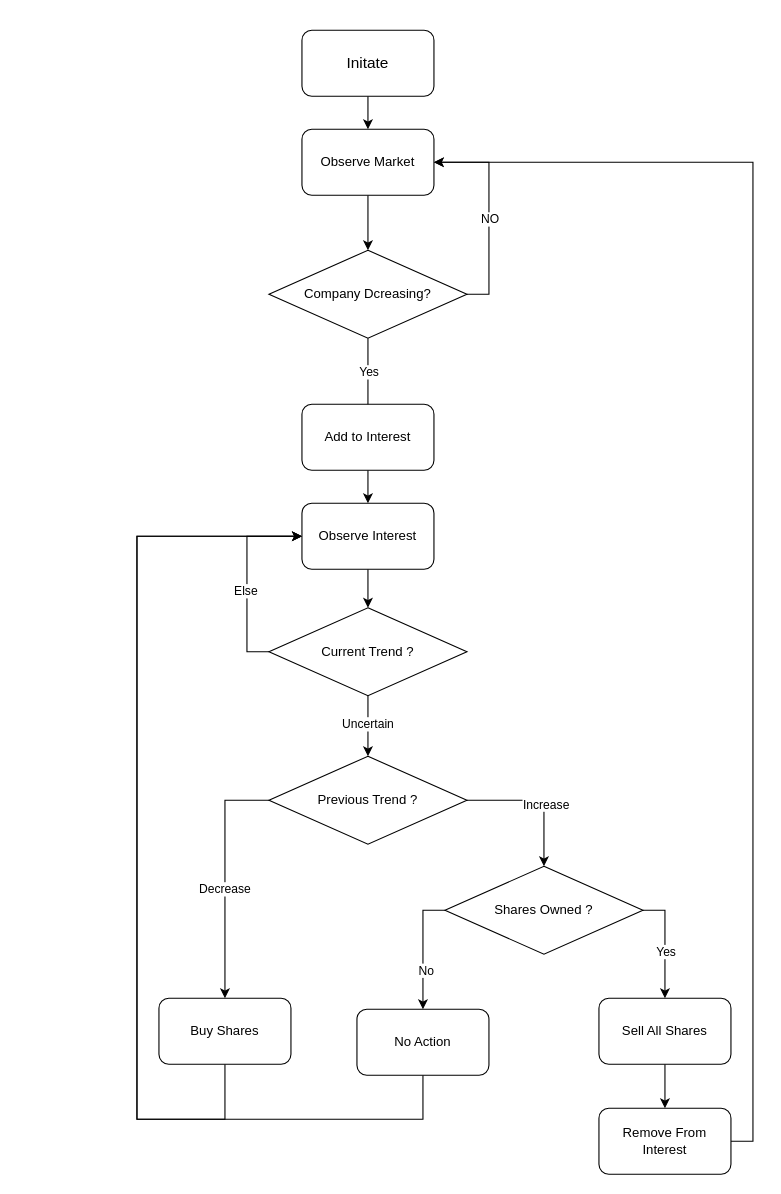
Earlier version of the draw.io diagram stream.drawio (Biiddd/invest-manager). Source tidied: cells renumbered, new cells numbered last; positions are measured from the earlier drawing's top-left corner, leaving out a move shared by most shapes. Both pictures are drawn from the tidied source at 110%, with x=0, y=0 at pixel (136, 30).
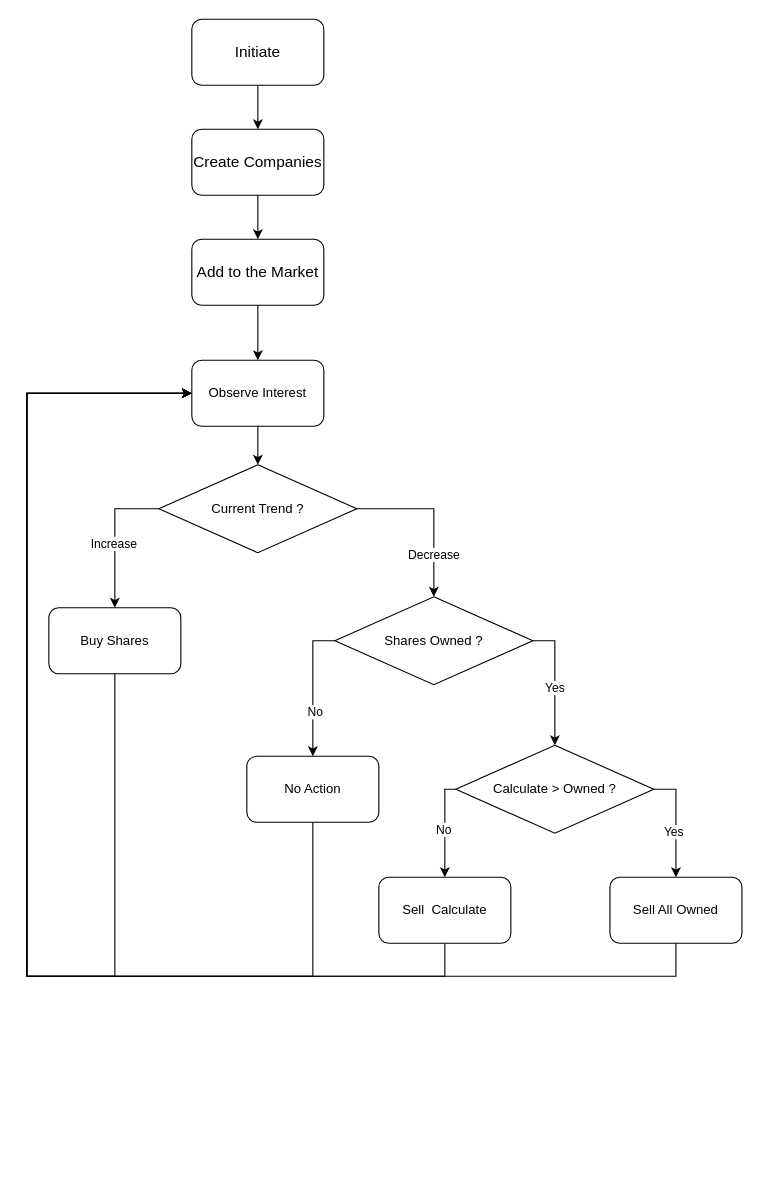
Above is the later version.

Diff of the diagram source:
```diff
@@
-    <mxCell id="2" style="edgeStyle=orthogonalEdgeStyle;rounded=0;jettySize=auto;html=1;fontFamily=JetBrainsMono Nerd Font;" parent="1" edge="1" source="3" target="5">
-      <mxGeometry relative="1" as="geometry" />
-    </mxCell>
+    <mxCell id="38" style="edgeStyle=orthogonalEdgeStyle;rounded=0;jettySize=auto;html=1;fontFamily=JetBrains Mono;fontStyle=0;" parent="1" edge="1" source="3" target="41">
+      <mxGeometry relative="1" as="geometry" />
+    </mxCell>
-    <mxCell id="3" value="&lt;font style=&quot;font-size: 14px;&quot;&gt;Initate&lt;/font&gt;" style="rounded=1;whiteSpace=wrap;html=1;fontFamily=JetBrainsMono Nerd Font;" parent="1" vertex="1">
-      <mxGeometry x="150" width="120" height="60" as="geometry" />
+    <mxCell id="3" value="&lt;font style=&quot;font-size: 14px;&quot;&gt;Initiate&lt;/font&gt;" style="rounded=1;whiteSpace=wrap;html=1;fontFamily=JetBrains Mono;fontStyle=0;" parent="1" vertex="1">
+      <mxGeometry x="49.9" y="-10" width="120" height="60" as="geometry" />
     </mxCell>
-    <mxCell id="4" style="edgeStyle=orthogonalEdgeStyle;rounded=0;jettySize=auto;html=1;fontFamily=JetBrainsMono Nerd Font;" parent="1" edge="1" source="5" target="10">
-      <mxGeometry relative="1" as="geometry" />
-    </mxCell>
-    <mxCell id="5" value="Observe Market" style="whiteSpace=wrap;html=1;rounded=1;fontFamily=JetBrainsMono Nerd Font;" parent="1" vertex="1">
-      <mxGeometry x="150" y="90" width="120" height="60" as="geometry" />
-    </mxCell>
-    <mxCell id="6" style="edgeStyle=orthogonalEdgeStyle;rounded=0;jettySize=auto;html=1;exitX=0.5;exitY=1;exitDx=0;exitDy=0;entryX=0.5;entryY=0;entryDx=0;entryDy=0;fontFamily=JetBrainsMono Nerd Font;" parent="1" edge="1" source="10" target="12">
-      <mxGeometry relative="1" as="geometry">
-        <Array as="points">
-          <mxPoint x="210" y="350" />
-          <mxPoint x="210" y="350" />
-        </Array>
-      </mxGeometry>
-    </mxCell>
-    <mxCell id="7" value="Yes" style="edgeLabel;html=1;align=center;verticalAlign=middle;fontFamily=JetBrainsMono Nerd Font;" parent="6" vertex="1">
-      <mxGeometry x="0.08" y="-2" relative="1" as="geometry">
-        <mxPoint x="2" y="-13" as="offset" />
-      </mxGeometry>
-    </mxCell>
-    <mxCell id="8" style="edgeStyle=orthogonalEdgeStyle;rounded=0;jettySize=auto;html=1;exitX=1;exitY=0.5;exitDx=0;exitDy=0;entryX=1;entryY=0.5;entryDx=0;entryDy=0;fontFamily=JetBrainsMono Nerd Font;" parent="1" edge="1" source="10" target="5">
-      <mxGeometry relative="1" as="geometry" />
-    </mxCell>
-    <mxCell id="9" value="NO" style="edgeLabel;html=1;align=center;verticalAlign=middle;fontFamily=JetBrainsMono Nerd Font;" parent="8" vertex="1">
-      <mxGeometry x="0.12" relative="1" as="geometry">
-        <mxPoint y="17" as="offset" />
-      </mxGeometry>
-    </mxCell>
-    <mxCell id="10" value="Company Dcreasing?" style="rhombus;whiteSpace=wrap;html=1;fontFamily=JetBrainsMono Nerd Font;" parent="1" vertex="1">
-      <mxGeometry x="120" y="200" width="180" height="80" as="geometry" />
-    </mxCell>
-    <mxCell id="11" style="edgeStyle=orthogonalEdgeStyle;rounded=0;jettySize=auto;html=1;entryX=0.5;entryY=0;entryDx=0;entryDy=0;fontFamily=JetBrainsMono Nerd Font;" parent="1" edge="1" source="12" target="21">
-      <mxGeometry relative="1" as="geometry" />
-    </mxCell>
-    <mxCell id="12" value="Add to Interest" style="rounded=1;whiteSpace=wrap;html=1;fontFamily=JetBrainsMono Nerd Font;" parent="1" vertex="1">
-      <mxGeometry x="150" y="340" width="120" height="60" as="geometry" />
-    </mxCell>
-    <mxCell id="13" style="edgeStyle=orthogonalEdgeStyle;rounded=0;jettySize=auto;html=1;entryX=0.5;entryY=0;entryDx=0;entryDy=0;fontFamily=JetBrainsMono Nerd Font;" parent="1" edge="1" source="17" target="26">
-      <mxGeometry relative="1" as="geometry" />
-    </mxCell>
-    <mxCell id="14" value="&lt;font&gt;Uncertain&lt;/font&gt;" style="edgeLabel;html=1;align=center;verticalAlign=middle;fontFamily=JetBrainsMono Nerd Font;" parent="13" vertex="1">
-      <mxGeometry x="-0.08" y="-1" relative="1" as="geometry" />
-    </mxCell>
-    <mxCell id="15" style="edgeStyle=orthogonalEdgeStyle;rounded=0;jettySize=auto;html=1;exitX=0;exitY=0.5;exitDx=0;exitDy=0;entryX=0;entryY=0.5;entryDx=0;entryDy=0;fontFamily=JetBrainsMono Nerd Font;" parent="1" edge="1" source="17" target="21">
-      <mxGeometry relative="1" as="geometry" />
-    </mxCell>
-    <mxCell id="16" value="Else" style="edgeLabel;html=1;align=center;verticalAlign=middle;fontFamily=JetBrainsMono Nerd Font;" parent="15" vertex="1">
-      <mxGeometry x="-0.13" y="2" relative="1" as="geometry" />
-    </mxCell>
-    <mxCell id="17" value="Current Trend ?" style="rhombus;whiteSpace=wrap;html=1;fontFamily=JetBrainsMono Nerd Font;" parent="1" vertex="1">
-      <mxGeometry x="120" y="525" width="180" height="80" as="geometry" />
+    <mxCell id="17" value="Current Trend ?" style="rhombus;whiteSpace=wrap;html=1;fontFamily=JetBrains Mono;fontStyle=0;" parent="1" vertex="1">
+      <mxGeometry x="19.9" y="395" width="180" height="80" as="geometry" />
     </mxCell>
-    <mxCell id="18" style="edgeStyle=orthogonalEdgeStyle;rounded=0;jettySize=auto;html=1;exitX=0.5;exitY=1;exitDx=0;exitDy=0;entryX=0;entryY=0.5;entryDx=0;entryDy=0;" parent="1" edge="1" source="19" target="21">
+    <mxCell id="18" style="edgeStyle=orthogonalEdgeStyle;rounded=0;jettySize=auto;html=1;exitX=0.5;exitY=1;exitDx=0;exitDy=0;entryX=0;entryY=0.5;entryDx=0;entryDy=0;fontFamily=JetBrains Mono;fontStyle=0;" parent="1" edge="1" source="19" target="21">
       <mxGeometry relative="1" as="geometry">
         <Array as="points">
-          <mxPoint x="80" y="990" />
-          <mxPoint y="990" />
-          <mxPoint y="460" />
+          <mxPoint x="-20.1" y="860" />
+          <mxPoint x="-100.1" y="860" />
+          <mxPoint x="-100.1" y="330" />
         </Array>
       </mxGeometry>
     </mxCell>
-    <mxCell id="19" value="&lt;font&gt;Buy Shares&lt;/font&gt;" style="rounded=1;whiteSpace=wrap;html=1;fontFamily=JetBrainsMono Nerd Font;" parent="1" vertex="1">
-      <mxGeometry x="20" y="880" width="120" height="60" as="geometry" />
+    <mxCell id="19" value="&lt;font&gt;Buy Shares&lt;/font&gt;" style="rounded=1;whiteSpace=wrap;html=1;fontFamily=JetBrains Mono;fontStyle=0;" parent="1" vertex="1">
+      <mxGeometry x="-80.1" y="525" width="120" height="60" as="geometry" />
     </mxCell>
-    <mxCell id="20" style="edgeStyle=orthogonalEdgeStyle;rounded=0;jettySize=auto;html=1;entryX=0.5;entryY=0;entryDx=0;entryDy=0;fontFamily=JetBrainsMono Nerd Font;" parent="1" edge="1" source="21" target="17">
+    <mxCell id="20" style="edgeStyle=orthogonalEdgeStyle;rounded=0;jettySize=auto;html=1;entryX=0.5;entryY=0;entryDx=0;entryDy=0;fontFamily=JetBrains Mono;fontStyle=0;" parent="1" edge="1" source="21" target="17">
       <mxGeometry relative="1" as="geometry" />
     </mxCell>
-    <mxCell id="21" value="Observe Interest" style="rounded=1;whiteSpace=wrap;html=1;fontFamily=JetBrainsMono Nerd Font;" parent="1" vertex="1">
-      <mxGeometry x="150" y="430" width="120" height="60" as="geometry" />
+    <mxCell id="21" value="Observe Interest" style="rounded=1;whiteSpace=wrap;html=1;fontFamily=JetBrains Mono;fontStyle=0;" parent="1" vertex="1">
+      <mxGeometry x="49.9" y="300" width="120" height="60" as="geometry" />
     </mxCell>
-    <mxCell id="22" style="edgeStyle=orthogonalEdgeStyle;rounded=0;jettySize=auto;html=1;exitX=0;exitY=0.5;exitDx=0;exitDy=0;entryX=0.5;entryY=0;entryDx=0;entryDy=0;fontFamily=JetBrainsMono Nerd Font;" parent="1" edge="1" source="26" target="19">
+    <mxCell id="22" style="edgeStyle=orthogonalEdgeStyle;rounded=0;jettySize=auto;html=1;exitX=0;exitY=0.5;exitDx=0;exitDy=0;entryX=0.5;entryY=0;entryDx=0;entryDy=0;fontFamily=JetBrains Mono;fontStyle=0;" parent="1" edge="1" source="17" target="19">
       <mxGeometry relative="1" as="geometry" />
     </mxCell>
-    <mxCell id="23" value="&lt;font&gt;Decrease&lt;/font&gt;" style="edgeLabel;html=1;align=center;verticalAlign=middle;fontFamily=JetBrainsMono Nerd Font;" parent="22" vertex="1">
+    <mxCell id="23" value="&lt;font&gt;Increase&lt;/font&gt;" style="edgeLabel;html=1;align=center;verticalAlign=middle;fontFamily=JetBrains Mono;fontStyle=0;" parent="22" vertex="1">
       <mxGeometry x="0.09" y="-1" relative="1" as="geometry" />
     </mxCell>
-    <mxCell id="24" style="edgeStyle=orthogonalEdgeStyle;rounded=0;jettySize=auto;html=1;exitX=1;exitY=0.5;exitDx=0;exitDy=0;fontFamily=JetBrainsMono Nerd Font;entryX=0.5;entryY=0;entryDx=0;entryDy=0;" parent="1" edge="1" source="26" target="33">
-      <mxGeometry relative="1" as="geometry" />
+    <mxCell id="24" style="edgeStyle=orthogonalEdgeStyle;rounded=0;jettySize=auto;html=1;fontFamily=JetBrains Mono;entryX=0.5;entryY=0;entryDx=0;entryDy=0;exitX=1;exitY=0.5;exitDx=0;exitDy=0;fontStyle=0;" parent="1" edge="1" source="17" target="33">
+      <mxGeometry relative="1" as="geometry">
+        <Array as="points">
+          <mxPoint x="269.9" y="435" />
+        </Array>
+      </mxGeometry>
     </mxCell>
-    <mxCell id="25" value="&lt;font&gt;Increase&lt;/font&gt;" style="edgeLabel;html=1;align=center;verticalAlign=middle;fontFamily=JetBrainsMono Nerd Font;" parent="24" vertex="1">
-      <mxGeometry x="0.13" y="1" relative="1" as="geometry" />
+    <mxCell id="25" value="&lt;font&gt;Decrease&lt;/font&gt;" style="edgeLabel;html=1;align=center;verticalAlign=middle;fontFamily=JetBrains Mono;fontStyle=0;" parent="24" vertex="1">
+      <mxGeometry x="0.13" y="1" relative="1" as="geometry">
+        <mxPoint x="-1" y="26" as="offset" />
+      </mxGeometry>
     </mxCell>
-    <mxCell id="26" value="&lt;font&gt;Previous Trend ?&lt;/font&gt;" style="rhombus;whiteSpace=wrap;html=1;fontFamily=JetBrainsMono Nerd Font;" parent="1" vertex="1">
-      <mxGeometry x="120" y="660" width="180" height="80" as="geometry" />
-    </mxCell>
-    <mxCell id="27" style="edgeStyle=orthogonalEdgeStyle;rounded=0;jettySize=auto;html=1;" parent="1" edge="1" source="28" target="37">
-      <mxGeometry relative="1" as="geometry" />
+    <mxCell id="27" style="edgeStyle=orthogonalEdgeStyle;rounded=0;jettySize=auto;html=1;entryX=0;entryY=0.5;entryDx=0;entryDy=0;exitX=0.5;exitY=1;exitDx=0;exitDy=0;fontFamily=JetBrains Mono;fontStyle=0;" parent="1" edge="1" source="28" target="21">
+      <mxGeometry relative="1" as="geometry">
+        <Array as="points">
+          <mxPoint x="280" y="860" />
+          <mxPoint x="-100" y="860" />
+          <mxPoint x="-100" y="330" />
+        </Array>
+      </mxGeometry>
     </mxCell>
-    <mxCell id="28" value="&lt;font&gt;Sell All Shares&lt;/font&gt;" style="rounded=1;whiteSpace=wrap;html=1;fontFamily=JetBrainsMono Nerd Font;" parent="1" vertex="1">
-      <mxGeometry x="420" y="880" width="120" height="60" as="geometry" />
+    <mxCell id="28" value="&lt;font&gt;Sell&amp;nbsp; Calculate&lt;/font&gt;" style="rounded=1;whiteSpace=wrap;html=1;fontFamily=JetBrains Mono;fontStyle=0;" parent="1" vertex="1">
+      <mxGeometry x="219.9" y="770" width="120" height="60" as="geometry" />
     </mxCell>
-    <mxCell id="29" style="edgeStyle=orthogonalEdgeStyle;rounded=0;jettySize=auto;html=1;exitX=1;exitY=0.5;exitDx=0;exitDy=0;" parent="1" edge="1" source="33" target="28">
-      <mxGeometry relative="1" as="geometry" />
+    <mxCell id="29" style="edgeStyle=orthogonalEdgeStyle;rounded=0;jettySize=auto;html=1;exitX=0;exitY=0.5;exitDx=0;exitDy=0;fontFamily=JetBrains Mono;fontStyle=0;" parent="1" edge="1" source="48">
+      <mxGeometry relative="1" as="geometry">
+        <mxPoint x="279.9" y="770" as="targetPoint" />
+        <Array as="points">
+          <mxPoint x="279.9" y="690" />
+        </Array>
+      </mxGeometry>
     </mxCell>
-    <mxCell id="30" value="Yes" style="edgeLabel;html=1;align=center;verticalAlign=middle;" parent="29" vertex="1">
-      <mxGeometry x="-0.31" relative="1" as="geometry">
-        <mxPoint y="22" as="offset" />
-      </mxGeometry>
-    </mxCell>
+    <mxCell id="39" value="No" style="edgeLabel;html=1;align=center;verticalAlign=middle;fontFamily=JetBrains Mono;fontStyle=0;" parent="29" vertex="1">
+      <mxGeometry x="0.03" y="-1" relative="1" as="geometry" />
+    </mxCell>
-    <mxCell id="31" style="edgeStyle=orthogonalEdgeStyle;rounded=0;jettySize=auto;html=1;exitX=0;exitY=0.5;exitDx=0;exitDy=0;entryX=0.5;entryY=0;entryDx=0;entryDy=0;" parent="1" edge="1" source="33" target="35">
+    <mxCell id="31" style="edgeStyle=orthogonalEdgeStyle;rounded=0;jettySize=auto;html=1;exitX=0;exitY=0.5;exitDx=0;exitDy=0;entryX=0.5;entryY=0;entryDx=0;entryDy=0;fontFamily=JetBrains Mono;fontStyle=0;" parent="1" edge="1" source="33" target="35">
       <mxGeometry relative="1" as="geometry" />
     </mxCell>
-    <mxCell id="32" value="No" style="edgeLabel;html=1;align=center;verticalAlign=middle;" parent="31" vertex="1">
+    <mxCell id="32" value="No" style="edgeLabel;html=1;align=center;verticalAlign=middle;fontFamily=JetBrains Mono;fontStyle=0;" parent="31" vertex="1">
       <mxGeometry x="0.34" y="2" relative="1" as="geometry" />
     </mxCell>
-    <mxCell id="33" value="Shares Owned ?" style="rhombus;whiteSpace=wrap;html=1;fontFamily=JetBrainsMono Nerd Font;" parent="1" vertex="1">
-      <mxGeometry x="280" y="760" width="180" height="80" as="geometry" />
+    <mxCell id="33" value="Shares Owned ?" style="rhombus;whiteSpace=wrap;html=1;fontFamily=JetBrains Mono;fontStyle=0;" parent="1" vertex="1">
+      <mxGeometry x="179.9" y="515" width="180" height="80" as="geometry" />
     </mxCell>
-    <mxCell id="34" style="edgeStyle=orthogonalEdgeStyle;rounded=0;jettySize=auto;html=1;exitX=0.5;exitY=1;exitDx=0;exitDy=0;entryX=0;entryY=0.5;entryDx=0;entryDy=0;" parent="1" edge="1" source="35" target="21">
+    <mxCell id="34" style="edgeStyle=orthogonalEdgeStyle;rounded=0;jettySize=auto;html=1;exitX=0.5;exitY=1;exitDx=0;exitDy=0;entryX=0;entryY=0.5;entryDx=0;entryDy=0;fontFamily=JetBrains Mono;fontStyle=0;" parent="1" edge="1" source="35" target="21">
       <mxGeometry relative="1" as="geometry">
         <Array as="points">
-          <mxPoint x="260" y="990" />
-          <mxPoint y="990" />
-          <mxPoint y="460" />
+          <mxPoint x="159.9" y="860" />
+          <mxPoint x="-100.1" y="860" />
+          <mxPoint x="-100.1" y="330" />
         </Array>
       </mxGeometry>
     </mxCell>
-    <mxCell id="35" value="&lt;font&gt;No Action&lt;/font&gt;" style="rounded=1;whiteSpace=wrap;html=1;fontFamily=JetBrainsMono Nerd Font;" parent="1" vertex="1">
-      <mxGeometry x="200" y="890" width="120" height="60" as="geometry" />
+    <mxCell id="35" value="&lt;font&gt;No Action&lt;/font&gt;" style="rounded=1;whiteSpace=wrap;html=1;fontFamily=JetBrains Mono;fontStyle=0;" parent="1" vertex="1">
+      <mxGeometry x="99.9" y="660" width="120" height="60" as="geometry" />
     </mxCell>
-    <mxCell id="36" style="edgeStyle=orthogonalEdgeStyle;rounded=0;jettySize=auto;html=1;exitX=1;exitY=0.5;exitDx=0;exitDy=0;entryX=1;entryY=0.5;entryDx=0;entryDy=0;" parent="1" edge="1" source="37" target="5">
-      <mxGeometry relative="1" as="geometry" />
-    </mxCell>
-    <mxCell id="37" value="Remove From Interest" style="whiteSpace=wrap;html=1;fontFamily=JetBrainsMono Nerd Font;rounded=1;" parent="1" vertex="1">
-      <mxGeometry x="420" y="980" width="120" height="60" as="geometry" />
-    </mxCell>
+    <mxCell id="40" style="edgeStyle=orthogonalEdgeStyle;rounded=0;jettySize=auto;html=1;entryX=0.5;entryY=0;entryDx=0;entryDy=0;exitX=0.5;exitY=1;exitDx=0;exitDy=0;fontFamily=JetBrains Mono;fontStyle=0;" parent="1" edge="1" source="41" target="43">
+      <mxGeometry relative="1" as="geometry" />
+    </mxCell>
+    <mxCell id="41" value="&lt;font style=&quot;font-size: 14px;&quot;&gt;Create Companies&lt;/font&gt;" style="rounded=1;whiteSpace=wrap;html=1;fontFamily=JetBrains Mono;fontStyle=0;" parent="1" vertex="1">
+      <mxGeometry x="49.9" y="90" width="120" height="60" as="geometry" />
+    </mxCell>
+    <mxCell id="42" style="edgeStyle=orthogonalEdgeStyle;rounded=0;jettySize=auto;html=1;exitX=0.5;exitY=1;exitDx=0;exitDy=0;entryX=0.5;entryY=0;entryDx=0;entryDy=0;fontFamily=JetBrains Mono;fontStyle=0;" parent="1" edge="1" source="43" target="21">
+      <mxGeometry relative="1" as="geometry" />
+    </mxCell>
+    <mxCell id="43" value="&lt;span style=&quot;font-size: 14px;&quot;&gt;Add to the Market&lt;/span&gt;" style="rounded=1;whiteSpace=wrap;html=1;fontFamily=JetBrains Mono;fontStyle=0;" parent="1" vertex="1">
+      <mxGeometry x="49.9" y="190" width="120" height="60" as="geometry" />
+    </mxCell>
+    <mxCell id="44" style="edgeStyle=orthogonalEdgeStyle;rounded=0;jettySize=auto;html=1;exitX=1;exitY=0.5;exitDx=0;exitDy=0;entryX=0.5;entryY=0;entryDx=0;entryDy=0;fontFamily=JetBrains Mono;fontStyle=0;" parent="1" edge="1" source="33" target="48">
+      <mxGeometry relative="1" as="geometry" />
+    </mxCell>
+    <mxCell id="45" value="Yes" style="edgeLabel;html=1;align=center;verticalAlign=middle;fontFamily=JetBrains Mono;fontStyle=0;" parent="44" vertex="1">
+      <mxGeometry x="-0.31" relative="1" as="geometry">
+        <mxPoint y="22" as="offset" />
+      </mxGeometry>
+    </mxCell>
+    <mxCell id="46" style="edgeStyle=orthogonalEdgeStyle;rounded=0;jettySize=auto;html=1;exitX=1;exitY=0.5;exitDx=0;exitDy=0;entryX=0.5;entryY=0;entryDx=0;entryDy=0;fontFamily=JetBrains Mono;fontStyle=0;" parent="1" edge="1" source="48" target="50">
+      <mxGeometry relative="1" as="geometry">
+        <Array as="points">
+          <mxPoint x="490" y="690" />
+        </Array>
+      </mxGeometry>
+    </mxCell>
+    <mxCell id="47" value="Yes" style="edgeLabel;html=1;align=center;verticalAlign=middle;fontFamily=JetBrains Mono;fontStyle=0;" parent="46" vertex="1">
+      <mxGeometry x="0.17" y="-3" relative="1" as="geometry" />
+    </mxCell>
+    <mxCell id="48" value="Calculate &amp;gt; Owned ?" style="rhombus;whiteSpace=wrap;html=1;fontFamily=JetBrains Mono;fontStyle=0;" parent="1" vertex="1">
+      <mxGeometry x="289.9" y="650" width="180" height="80" as="geometry" />
+    </mxCell>
+    <mxCell id="49" style="edgeStyle=orthogonalEdgeStyle;rounded=0;jettySize=auto;html=1;exitX=0.5;exitY=1;exitDx=0;exitDy=0;entryX=0;entryY=0.5;entryDx=0;entryDy=0;fontFamily=JetBrains Mono;fontStyle=0;" parent="1" edge="1" source="50" target="21">
+      <mxGeometry relative="1" as="geometry">
+        <Array as="points">
+          <mxPoint x="490" y="860" />
+          <mxPoint x="-100" y="860" />
+          <mxPoint x="-100" y="330" />
+        </Array>
+      </mxGeometry>
+    </mxCell>
+    <mxCell id="50" value="&lt;font&gt;Sell All Owned&lt;/font&gt;" style="rounded=1;whiteSpace=wrap;html=1;fontFamily=JetBrains Mono;fontStyle=0;" parent="1" vertex="1">
+      <mxGeometry x="430" y="770" width="120" height="60" as="geometry" />
+    </mxCell>
```
